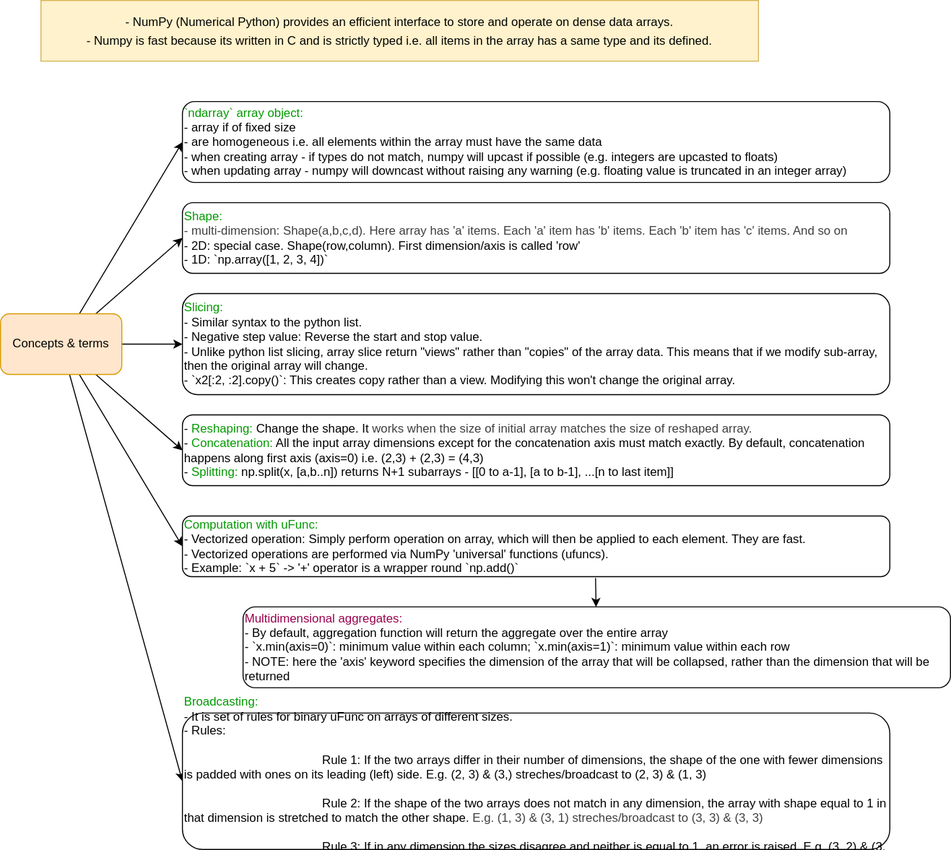
ritesh28/cheats-starlight keeps this draw.io diagram as src/content/docs/01 DS Handbook/numpy.drawio.svg. Above is the earlier version. Source tidied: cells renumbered, new cells last; positions are measured from the earlier drawing's top-left corner, leaving out a move shared by most shapes.
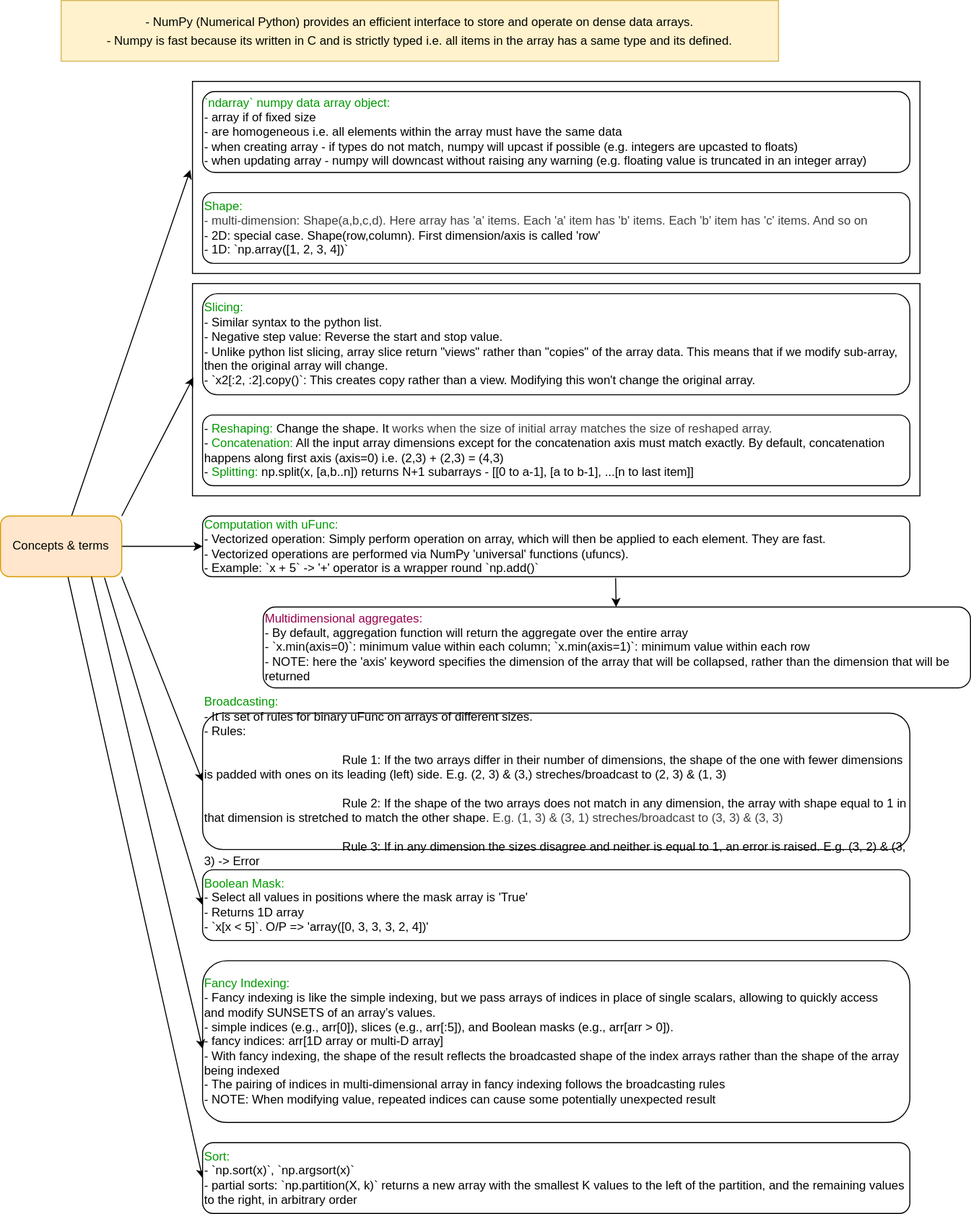
After the change.

Change to the diagram source:
```diff
@@ -2,32 +2,38 @@
   <root>
     <mxCell id="0" />
     <mxCell id="1" parent="0" />
-    <mxCell id="2" style="edgeStyle=none;html=1;entryX=0;entryY=0.5;entryDx=0;entryDy=0;" parent="1" edge="1" source="8" target="10">
-      <mxGeometry relative="1" as="geometry" />
-    </mxCell>
+    <mxCell id="18" style="whiteSpace=wrap;html=1;" parent="1" vertex="1">
+      <mxGeometry x="170" y="280" width="720" height="210" as="geometry" />
+    </mxCell>
+    <mxCell id="19" style="rounded=0;whiteSpace=wrap;html=1;" parent="1" vertex="1">
+      <mxGeometry x="170" y="80" width="720" height="190" as="geometry" />
+    </mxCell>
-    <mxCell id="3" style="edgeStyle=none;html=1;entryX=0;entryY=0.5;entryDx=0;entryDy=0;exitX=1;exitY=0.5;exitDx=0;exitDy=0;" parent="1" edge="1" source="8" target="11">
+    <mxCell id="3" style="edgeStyle=none;html=1;entryX=0.001;entryY=0.443;entryDx=0;entryDy=0;exitX=1;exitY=0;exitDx=0;exitDy=0;entryPerimeter=0;" parent="1" edge="1" source="8" target="18">
       <mxGeometry relative="1" as="geometry" />
     </mxCell>
-    <mxCell id="4" style="edgeStyle=none;html=1;entryX=0;entryY=0.5;entryDx=0;entryDy=0;" parent="1" edge="1" source="8" target="12">
-      <mxGeometry relative="1" as="geometry" />
-    </mxCell>
     <mxCell id="5" style="edgeStyle=none;html=1;entryX=0;entryY=0.5;entryDx=0;entryDy=0;" parent="1" edge="1" source="8" target="14">
       <mxGeometry relative="1" as="geometry" />
     </mxCell>
-    <mxCell id="6" style="edgeStyle=none;html=1;entryX=0;entryY=0.5;entryDx=0;entryDy=0;" parent="1" edge="1" source="8" target="15">
+    <mxCell id="6" style="edgeStyle=none;html=1;entryX=-0.003;entryY=0.461;entryDx=0;entryDy=0;entryPerimeter=0;" parent="1" edge="1" source="8" target="19">
       <mxGeometry relative="1" as="geometry" />
     </mxCell>
-    <mxCell id="7" style="edgeStyle=none;html=1;entryX=0;entryY=0.5;entryDx=0;entryDy=0;" parent="1" edge="1" source="8" target="17">
+    <mxCell id="7" style="edgeStyle=none;html=1;entryX=0;entryY=0.5;entryDx=0;entryDy=0;exitX=1;exitY=1;exitDx=0;exitDy=0;" parent="1" edge="1" source="8" target="17">
       <mxGeometry relative="1" as="geometry" />
     </mxCell>
+    <mxCell id="20" style="edgeStyle=none;html=1;entryX=0;entryY=0.5;entryDx=0;entryDy=0;exitX=0.858;exitY=1.017;exitDx=0;exitDy=0;exitPerimeter=0;" parent="1" edge="1" source="8" target="22">
+      <mxGeometry relative="1" as="geometry" />
+    </mxCell>
+    <mxCell id="21" style="edgeStyle=none;html=1;entryX=0;entryY=0.5;entryDx=0;entryDy=0;" parent="1" edge="1" source="8" target="25">
+      <mxGeometry relative="1" as="geometry" />
+    </mxCell>
     <mxCell id="8" value="Concepts &amp;amp; terms" style="rounded=1;whiteSpace=wrap;html=1;labelBackgroundColor=none;fillColor=#ffe6cc;strokeColor=#d79b00;" parent="1" vertex="1">
-      <mxGeometry y="310" width="120" height="60" as="geometry" />
+      <mxGeometry x="-20" y="510" width="120" height="60" as="geometry" />
     </mxCell>
     <mxCell id="9" value="&lt;p style=&quot;line-height: 50%;&quot;&gt;- NumPy (Numerical Python) provides an efficient interface to store and operate on dense data arrays.&lt;/p&gt;&lt;p style=&quot;line-height: 50%;&quot;&gt;- Numpy is fast because its written in C and is strictly typed i.e. all items in the array has a same type and its defined.&lt;/p&gt;" style="rounded=0;whiteSpace=wrap;html=1;glass=0;shadow=0;fillColor=#fff2cc;strokeColor=#d6b656;" parent="1" vertex="1">
       <mxGeometry x="40" width="710" height="60" as="geometry" />
     </mxCell>
     <mxCell id="10" value="&lt;div style=&quot;&quot;&gt;&lt;span style=&quot;background-color: transparent;&quot;&gt;&lt;font style=&quot;color: rgb(0, 153, 0);&quot;&gt;Shape:&amp;nbsp;&lt;/font&gt;&lt;/span&gt;&lt;/div&gt;&lt;div&gt;&lt;div style=&quot;&quot;&gt;&lt;span style=&quot;color: rgb(63, 63, 63); background-color: transparent;&quot;&gt;- multi-dimension: Shape(a,b,c,d). Here array has 'a' items. Each 'a' item has 'b' items. Each 'b' item has 'c' items. And so on&lt;/span&gt;&lt;/div&gt;&lt;div style=&quot;&quot;&gt;&lt;font color=&quot;#000000&quot;&gt;- 2D: special case. Shape(row,column). First dimension/axis is called 'row'&lt;/font&gt;&lt;/div&gt;&lt;/div&gt;&lt;div style=&quot;&quot;&gt;&lt;font color=&quot;#000000&quot;&gt;- 1D: `np.array([1, 2, 3, 4])`&lt;/font&gt;&lt;/div&gt;" style="whiteSpace=wrap;html=1;rounded=1;align=left;" parent="1" vertex="1">
-      <mxGeometry x="180" y="200" width="700" height="70" as="geometry" />
+      <mxGeometry x="180" y="190" width="700" height="70" as="geometry" />
     </mxCell>
     <mxCell id="11" value="&lt;font style=&quot;color: rgb(0, 153, 0);&quot;&gt;Slicing:&lt;/font&gt;&lt;div&gt;&lt;font style=&quot;color: rgb(0, 0, 0);&quot;&gt;- Similar syntax to the python list.&lt;/font&gt;&lt;/div&gt;&lt;div&gt;&lt;font style=&quot;color: rgb(0, 0, 0);&quot;&gt;&lt;font color=&quot;#000000&quot;&gt;- Negative step value: Reverse the start and stop value.&lt;br&gt;&lt;/font&gt;&lt;/font&gt;&lt;div&gt;&lt;font style=&quot;color: rgb(0, 0, 0);&quot;&gt;- Unlike python list slicing, array slice return &quot;views&quot; rather than &quot;copies&quot; of the array data. This means that if we modify sub-array, then the original array will change.&lt;/font&gt;&lt;/div&gt;&lt;div&gt;&lt;font style=&quot;color: rgb(0, 0, 0);&quot;&gt;- `x2[:2, :2].copy()`: This creates copy rather than a view. Modifying this won't change the original array.&lt;/font&gt;&lt;/div&gt;&lt;/div&gt;" style="rounded=1;whiteSpace=wrap;html=1;align=left;" parent="1" vertex="1">
       <mxGeometry x="180" y="290" width="700" height="100" as="geometry" />
@@ -41,8 +47,8 @@
     <mxCell id="14" value="&lt;font style=&quot;color: rgb(0, 153, 0);&quot;&gt;Computation with uFunc:&lt;/font&gt;&lt;div&gt;&lt;font color=&quot;#000000&quot;&gt;- Vectorized operation: Simply perform operation on array, which will then be applied to each element. They are fast.&lt;br&gt;&lt;/font&gt;&lt;div&gt;- Vectorized operations are performed via NumPy 'universal' functions (ufuncs).&lt;/div&gt;&lt;/div&gt;&lt;div&gt;- Example: `x + 5` -&amp;gt; '+' operator is a wrapper round `np.add()`&lt;/div&gt;" style="rounded=1;whiteSpace=wrap;html=1;align=left;" parent="1" vertex="1">
       <mxGeometry x="180" y="510" width="700" height="60" as="geometry" />
     </mxCell>
-    <mxCell id="15" value="&lt;font style=&quot;color: rgb(0, 153, 0);&quot;&gt;`ndarray` array object:&lt;/font&gt;&lt;div&gt;&lt;font color=&quot;#000000&quot;&gt;- array if of fixed size&lt;/font&gt;&lt;/div&gt;&lt;div&gt;&lt;font color=&quot;#000000&quot;&gt;- are homogeneous i.e. all elements within the array must have the same data&lt;/font&gt;&lt;/div&gt;&lt;div&gt;&lt;font color=&quot;#000000&quot;&gt;- when creating array - if types do not match, numpy will upcast if possible (e.g. integers are upcasted to floats)&lt;/font&gt;&lt;/div&gt;&lt;div&gt;&lt;font color=&quot;#000000&quot;&gt;- when updating array - numpy will downcast without raising any warning (e.g. floating value is truncated in an integer array)&lt;/font&gt;&lt;/div&gt;" style="rounded=1;whiteSpace=wrap;html=1;align=left;" parent="1" vertex="1">
-      <mxGeometry x="180" y="100" width="700" height="80" as="geometry" />
+    <mxCell id="15" value="&lt;font style=&quot;color: rgb(0, 153, 0);&quot;&gt;`ndarray` numpy data array object:&lt;/font&gt;&lt;div&gt;&lt;font color=&quot;#000000&quot;&gt;- array if of fixed size&lt;/font&gt;&lt;/div&gt;&lt;div&gt;&lt;font color=&quot;#000000&quot;&gt;- are homogeneous i.e. all elements within the array must have the same data&lt;/font&gt;&lt;/div&gt;&lt;div&gt;&lt;font color=&quot;#000000&quot;&gt;- when creating array - if types do not match, numpy will upcast if possible (e.g. integers are upcasted to floats)&lt;/font&gt;&lt;/div&gt;&lt;div&gt;&lt;font color=&quot;#000000&quot;&gt;- when updating array - numpy will downcast without raising any warning (e.g. floating value is truncated in an integer array)&lt;/font&gt;&lt;/div&gt;" style="rounded=1;whiteSpace=wrap;html=1;align=left;" parent="1" vertex="1">
+      <mxGeometry x="180" y="90" width="700" height="80" as="geometry" />
     </mxCell>
     <mxCell id="16" value="&lt;font style=&quot;color: rgb(153, 0, 77);&quot;&gt;Multidimensional aggregates:&lt;/font&gt;&lt;br&gt;-&amp;nbsp;By default, aggregation function will return the aggregate over the entire&amp;nbsp;array&lt;br&gt;- `x.min(axis=0)`: minimum value within each column; `x.min(axis=1)`: minimum value within each row&lt;br&gt;- NOTE: here the 'axis' keyword&amp;nbsp;specifies the dimension of the array that will be collapsed,&amp;nbsp;rather than the dimension that will be returned" style="rounded=1;whiteSpace=wrap;html=1;align=left;" parent="1" vertex="1">
       <mxGeometry x="240" y="600" width="700" height="80" as="geometry" />
@@ -50,5 +56,17 @@
     <mxCell id="17" value="&lt;font style=&quot;color: rgb(0, 153, 0);&quot;&gt;Broadcasting:&lt;/font&gt;&lt;br&gt;- It is set of rules for binary uFunc on arrays of different sizes.&lt;div&gt;&lt;font color=&quot;#000000&quot;&gt;-&amp;nbsp;&lt;/font&gt;Rules:&lt;/div&gt;&lt;div&gt;&lt;span style=&quot;white-space: pre;&quot;&gt;&#9;&lt;/span&gt;Rule 1: If the two arrays differ in their number of dimensions, the shape of the&amp;nbsp;one with fewer dimensions is padded with ones on its leading (left) side. E.g. (2, 3) &amp;amp; (3,) streches/broadcast to (2, 3) &amp;amp; (1, 3)&lt;/div&gt;&lt;div&gt;&lt;span style=&quot;white-space: pre;&quot;&gt;&#9;&lt;/span&gt;Rule 2: If the shape of the two arrays does not match in any dimension, the array&amp;nbsp;with shape equal to 1 in that dimension is stretched to match the other shape.&amp;nbsp;&lt;span style=&quot;color: rgb(63, 63, 63); background-color: transparent;&quot;&gt;E.g. (1, 3) &amp;amp; (3, 1) streches/broadcast to (3, 3) &amp;amp; (3, 3)&lt;/span&gt;&lt;/div&gt;&lt;div&gt;&lt;span style=&quot;white-space: pre;&quot;&gt;&#9;&lt;/span&gt;Rule 3: If in any dimension the sizes disagree and neither is equal to 1, an error is&amp;nbsp;raised. E.g. (3, 2) &amp;amp; (3, 3) -&amp;gt; Error&lt;/div&gt;" style="rounded=1;whiteSpace=wrap;html=1;align=left;" parent="1" vertex="1">
       <mxGeometry x="180" y="705" width="700" height="135" as="geometry" />
     </mxCell>
+    <mxCell id="22" value="&lt;font style=&quot;color: rgb(0, 153, 0);&quot;&gt;Boolean Mask:&lt;br&gt;&lt;/font&gt;- Select all values in positions where the mask array is 'True'&lt;br&gt;- Returns 1D array&lt;br&gt;- `x[x &amp;lt; 5]`. O/P =&amp;gt; 'array([0, 3, 3, 3, 2, 4])'" style="rounded=1;whiteSpace=wrap;html=1;align=left;" parent="1" vertex="1">
+      <mxGeometry x="180" y="860" width="700" height="70" as="geometry" />
+    </mxCell>
+    <mxCell id="23" value="&lt;font style=&quot;color: rgb(0, 153, 0);&quot;&gt;Fancy Indexing:&lt;/font&gt;&lt;br&gt;-&amp;nbsp;Fancy indexing is like the simple indexing, but we pass&amp;nbsp;arrays of indices in place of single scalars, allowing to quickly access and&amp;nbsp;modify SUNSETS of an array’s values.&lt;br&gt;-&amp;nbsp;simple indices (e.g., arr[0]), slices (e.g., arr[:5]), and Boolean masks (e.g., arr[arr&amp;nbsp;&amp;gt; 0]).&lt;br&gt;- fancy indices: arr[1D array or multi-D array]&lt;br&gt;-&amp;nbsp;With fancy indexing, the shape of the result reflects the broadcasted shape of the index arrays&amp;nbsp;rather than the shape of the array being indexed&lt;br&gt;-&amp;nbsp;The pairing of indices in multi-dimensional array in fancy indexing follows the broadcasting&amp;nbsp;rules&lt;br&gt;- NOTE: When modifying value,&amp;nbsp;repeated indices can cause some potentially&amp;nbsp;unexpected result" style="rounded=1;whiteSpace=wrap;html=1;align=left;" parent="1" vertex="1">
+      <mxGeometry x="180" y="950" width="700" height="160" as="geometry" />
+    </mxCell>
+    <mxCell id="24" style="edgeStyle=none;html=1;entryX=0;entryY=0.544;entryDx=0;entryDy=0;entryPerimeter=0;exitX=0.75;exitY=1;exitDx=0;exitDy=0;" parent="1" edge="1" source="8" target="23">
+      <mxGeometry relative="1" as="geometry" />
+    </mxCell>
+    <mxCell id="25" value="&lt;font style=&quot;color: rgb(0, 153, 0);&quot;&gt;Sort:&lt;/font&gt;&lt;br&gt;- `np.sort(x)`, `np.argsort(x)`&lt;br&gt;- partial sorts: `np.partition(X, k)` returns a&amp;nbsp;new array with the smallest&amp;nbsp;K values to the left of the partition, and the remaining values to the right, in arbitrary&amp;nbsp;order&amp;nbsp;" style="rounded=1;whiteSpace=wrap;html=1;align=left;" parent="1" vertex="1">
+      <mxGeometry x="180" y="1130" width="700" height="70" as="geometry" />
+    </mxCell>
   </root>
 </mxGraphModel>
```
